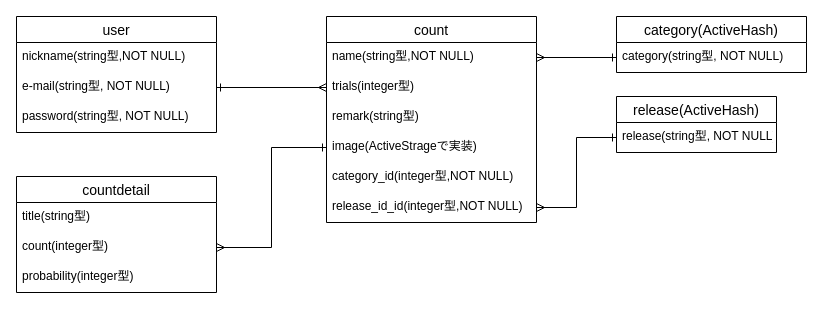
The draw.io diagram ER図.dio in akira30866/count-30866, before the edit. Source tidied: cells renumbered, new cells numbered last; positions are measured from the earlier drawing's top-left corner, leaving out a move shared by most shapes. Both pictures are drawn from the tidied source at 100%, with x=0, y=0 at pixel (16, 16).
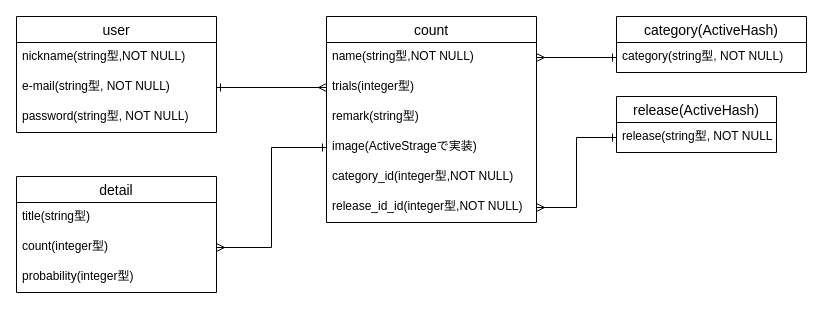
After the change.

Commit message (it also covers changes not shown here):
ER図・ReadMeの修正

integer型のcountをnumberに変更

What changed in the source:
```diff
@@
-    <mxCell id="18" value="countdetail" style="swimlane;fontStyle=0;horizontal=1;startSize=26;align=center;fontSize=14;" parent="1" vertex="1">
+    <mxCell id="18" value="detail" style="swimlane;fontStyle=0;horizontal=1;startSize=26;align=center;fontSize=14;" parent="1" vertex="1">
       <mxGeometry y="160" width="200" height="116" as="geometry" />
     </mxCell>
```
